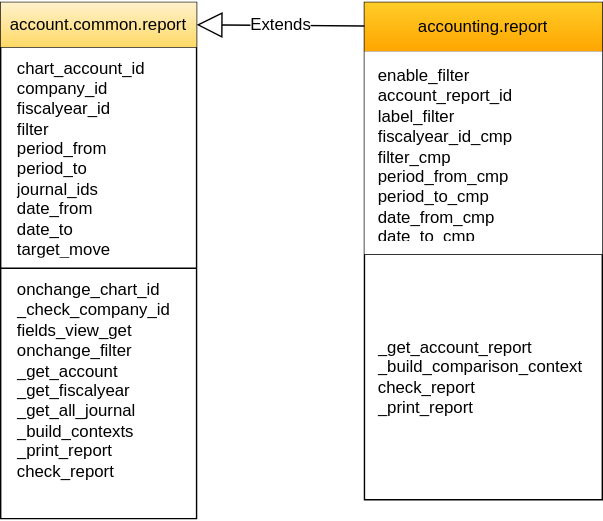
Before: Actions.drawio.svg, a diagram exported from draw.io (jp-sft/odoo-models-diagrams). Source tidied: cells renumbered, new cells last; positions are measured from the earlier drawing's top-left corner, leaving out a move shared by most shapes.
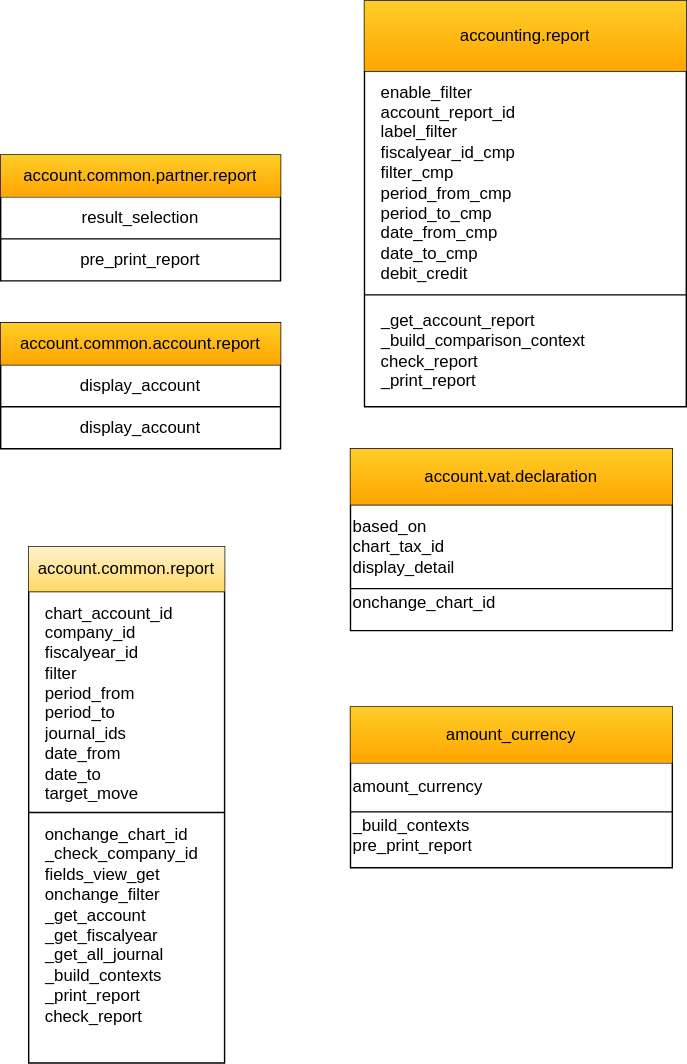
After the change.

The edit, as a diff of the source:
```diff
@@ -4,43 +4,16 @@
     <mxCell id="1" parent="0" />
     <mxCell id="2" style="edgeStyle=orthogonalEdgeStyle;rounded=0;orthogonalLoop=1;jettySize=auto;html=1;fontSize=12;fontColor=default;" parent="1" edge="1">
       <mxGeometry relative="1" as="geometry">
-        <mxPoint x="400" y="50" as="sourcePoint" />
-        <mxPoint y="141" as="targetPoint" />
+        <mxPoint x="410" y="-180" as="sourcePoint" />
+        <mxPoint x="10" y="-89" as="targetPoint" />
       </mxGeometry>
     </mxCell>
     <mxCell id="3" style="edgeStyle=orthogonalEdgeStyle;rounded=0;orthogonalLoop=1;jettySize=auto;html=1;fontSize=12;fontColor=default;" parent="1" edge="1">
       <mxGeometry relative="1" as="geometry">
-        <mxPoint x="400" y="50" as="sourcePoint" />
-        <mxPoint y="141" as="targetPoint" />
+        <mxPoint x="410" y="-180" as="sourcePoint" />
+        <mxPoint x="10" y="-89" as="targetPoint" />
       </mxGeometry>
     </mxCell>
-    <mxCell id="4" style="shape=table;startSize=0;fontSize=16;horizontal=1;verticalAlign=top;" parent="1" vertex="1">
-      <mxGeometry x="310" width="170" height="355.5" as="geometry" />
-    </mxCell>
-    <mxCell id="5" style="shape=tableRow;horizontal=0;startSize=0;swimlaneHead=0;swimlaneBody=0;top=0;left=0;bottom=0;right=0;fillColor=none;points=[[0,0.5],[1,0.5]];portConstraint=eastwest;" parent="4" vertex="1">
-      <mxGeometry width="170" height="35" as="geometry" />
-    </mxCell>
-    <mxCell id="6" value="accounting.report" style="shape=partialRectangle;html=1;whiteSpace=wrap;overflow=hidden;fillColor=#ffcd28;top=0;left=0;bottom=0;right=0;gradientColor=#ffa500;strokeColor=#d79b00;" parent="5" vertex="1">
-      <mxGeometry width="170" height="35" as="geometry" />
-    </mxCell>
-    <mxCell id="7" style="shape=tableRow;horizontal=0;startSize=0;swimlaneHead=0;swimlaneBody=0;top=0;left=0;bottom=0;right=0;fillColor=none;" parent="4" vertex="1">
-      <mxGeometry y="35" width="170" height="145" as="geometry" />
-    </mxCell>
-    <mxCell id="8" value="enable_filter&#10;account_report_id&#10;label_filter&#10;fiscalyear_id_cmp&#10;filter_cmp&#10;period_from_cmp&#10;period_to_cmp&#10;date_from_cmp&#10;date_to_cmp&#10;debit_credit" style="shape=partialRectangle;overflow=hidden;top=0;left=0;bottom=0;right=0;align=left;spacingTop=0;spacingLeft=0;spacing=10;verticalAlign=middle;labelBackgroundColor=none;whiteSpace=wrap;" parent="7" vertex="1">
-      <mxGeometry width="170" height="145" as="geometry" />
-    </mxCell>
-    <mxCell id="9" style="shape=singleArrow;whiteSpace=wrap;html=1;arrowWidth=0.4;arrowSize=0.4;fillColor=#ffcd28;strokeColor=#d79b00;rounded=0;labelBackgroundColor=none;gradientColor=#ffa500;" parent="7" vertex="1">
-      <mxGeometry x="170" height="145" as="geometry" />
-    </mxCell>
-    <mxCell id="10" style="shape=singleArrow;whiteSpace=wrap;html=1;arrowWidth=0.4;arrowSize=0.4;fillColor=#ffcd28;strokeColor=#d79b00;rounded=0;labelBackgroundColor=none;gradientColor=#ffa500;" parent="7" vertex="1">
-      <mxGeometry height="145" as="geometry" />
-    </mxCell>
-    <mxCell id="11" style="shape=tableRow;horizontal=0;startSize=0;swimlaneHead=0;swimlaneBody=0;top=0;left=0;bottom=0;right=0;fillColor=none;align=left;" parent="4" vertex="1">
-      <mxGeometry y="180" width="170" height="176" as="geometry" />
-    </mxCell>
-    <mxCell id="12" value="_get_account_report&#10;_build_comparison_context&#10;check_report&#10;_print_report" style="shape=partialRectangle;whiteSpace=wrap;overflow=hidden;fillColor=none;top=0;left=0;bottom=0;right=0;align=left;spacing=10;" parent="11" vertex="1">
-      <mxGeometry width="170" height="176" as="geometry" />
-    </mxCell>
     <mxCell id="13" style="shape=table;startSize=0;labelBackgroundColor=none;fontSize=12;fontColor=default;fillColor=none;html=0;" parent="1" vertex="1">
       <mxGeometry x="50" width="140" height="369" as="geometry" />
     </mxCell>
@@ -62,8 +35,110 @@
     <mxCell id="19" value="onchange_chart_id&lt;br style=&quot;padding: 0px; margin: 0px;&quot;&gt;_check_company_id&lt;br style=&quot;padding: 0px; margin: 0px;&quot;&gt;fields_view_get&lt;br style=&quot;padding: 0px; margin: 0px;&quot;&gt;onchange_filter&lt;br style=&quot;padding: 0px; margin: 0px;&quot;&gt;_get_account&lt;br style=&quot;padding: 0px; margin: 0px;&quot;&gt;_get_fiscalyear&lt;br style=&quot;padding: 0px; margin: 0px;&quot;&gt;_get_all_journal&lt;br style=&quot;padding: 0px; margin: 0px;&quot;&gt;_build_contexts&lt;br style=&quot;padding: 0px; margin: 0px;&quot;&gt;_print_report&lt;br style=&quot;padding: 0px; margin: 0px;&quot;&gt;check_report&lt;div style=&quot;padding: 0px; margin: 0px;&quot;&gt;&lt;br style=&quot;padding: 0px; margin: 0px;&quot;&gt;&lt;/div&gt;&lt;div style=&quot;padding: 0px; margin: 0px;&quot;&gt;&lt;br style=&quot;padding: 0px; margin: 0px;&quot;&gt;&lt;/div&gt;&lt;div style=&quot;padding: 0px; margin: 0px;&quot;&gt;&lt;br style=&quot;padding: 0px; margin: 0px;&quot;&gt;&lt;/div&gt;" style="shape=partialRectangle;html=1;whiteSpace=wrap;overflow=hidden;fillColor=none;top=0;left=0;bottom=0;right=0;labelBackgroundColor=none;fontSize=12;fontColor=default;align=left;spacing=8;spacingLeft=4;" parent="18" vertex="1">
       <mxGeometry width="140" height="179" as="geometry" />
     </mxCell>
-    <mxCell id="20" value="Extends" style="endArrow=block;endSize=16;endFill=0;html=1;rounded=0;fontSize=12;fontColor=default;entryX=1;entryY=0.5;entryDx=0;entryDy=0;" parent="1" edge="1" source="5" target="14">
-      <mxGeometry relative="1" as="geometry" />
-    </mxCell>
+    <mxCell id="21" style="shape=table;startSize=0;labelBackgroundColor=none;fontSize=12;fontColor=default;fillColor=none;html=0;" parent="1" vertex="1">
+      <mxGeometry x="30" y="-160" width="200" height="90" as="geometry" />
+    </mxCell>
+    <mxCell id="22" style="shape=tableRow;horizontal=0;startSize=0;swimlaneHead=0;swimlaneBody=0;top=0;left=0;bottom=0;right=0;fillColor=none;labelBackgroundColor=none;fontSize=12;fontColor=default;html=0;" parent="21" vertex="1">
+      <mxGeometry width="200" height="30" as="geometry" />
+    </mxCell>
+    <mxCell id="23" value="account.common.account.report" style="shape=partialRectangle;html=1;whiteSpace=wrap;overflow=hidden;fillColor=#ffcd28;top=0;left=0;bottom=0;right=0;labelBackgroundColor=none;fontSize=12;gradientColor=#ffa500;strokeColor=#d79b00;" parent="22" vertex="1">
+      <mxGeometry width="200" height="30" as="geometry" />
+    </mxCell>
+    <mxCell id="24" style="shape=tableRow;horizontal=0;startSize=0;swimlaneHead=0;swimlaneBody=0;top=0;left=0;bottom=0;right=0;fillColor=none;labelBackgroundColor=none;fontSize=12;fontColor=default;html=0;" parent="21" vertex="1">
+      <mxGeometry y="30" width="200" height="30" as="geometry" />
+    </mxCell>
+    <mxCell id="25" value="display_account" style="shape=partialRectangle;html=1;whiteSpace=wrap;overflow=hidden;fillColor=none;top=0;left=0;bottom=0;right=0;labelBackgroundColor=none;fontSize=12;fontColor=default;" parent="24" vertex="1">
+      <mxGeometry width="200" height="30" as="geometry" />
+    </mxCell>
+    <mxCell id="26" style="shape=tableRow;horizontal=0;startSize=0;swimlaneHead=0;swimlaneBody=0;top=0;left=0;bottom=0;right=0;fillColor=none;labelBackgroundColor=none;fontSize=12;fontColor=default;html=0;" parent="21" vertex="1">
+      <mxGeometry y="60" width="200" height="30" as="geometry" />
+    </mxCell>
+    <mxCell id="27" value="display_account" style="shape=partialRectangle;html=1;whiteSpace=wrap;overflow=hidden;fillColor=none;top=0;left=0;bottom=0;right=0;labelBackgroundColor=none;fontSize=12;fontColor=default;" parent="26" vertex="1">
+      <mxGeometry width="200" height="30" as="geometry" />
+    </mxCell>
+    <mxCell id="28" style="shape=table;startSize=0;labelBackgroundColor=none;fontSize=12;fontColor=default;fillColor=none;html=0;" parent="1" vertex="1">
+      <mxGeometry x="280" y="-70" width="230" height="130" as="geometry" />
+    </mxCell>
+    <mxCell id="29" style="shape=tableRow;horizontal=0;startSize=0;swimlaneHead=0;swimlaneBody=0;top=0;left=0;bottom=0;right=0;fillColor=none;labelBackgroundColor=none;fontSize=12;fontColor=default;html=0;" parent="28" vertex="1">
+      <mxGeometry width="230" height="40" as="geometry" />
+    </mxCell>
+    <mxCell id="30" value="account.vat.declaration" style="shape=partialRectangle;html=1;whiteSpace=wrap;overflow=hidden;fillColor=#ffcd28;top=0;left=0;bottom=0;right=0;labelBackgroundColor=none;fontSize=12;gradientColor=#ffa500;strokeColor=#d79b00;" parent="29" vertex="1">
+      <mxGeometry width="230" height="40" as="geometry" />
+    </mxCell>
+    <mxCell id="31" style="shape=tableRow;horizontal=0;startSize=0;swimlaneHead=0;swimlaneBody=0;top=0;left=0;bottom=0;right=0;fillColor=none;labelBackgroundColor=none;fontSize=12;fontColor=default;html=0;" parent="28" vertex="1">
+      <mxGeometry y="40" width="230" height="60" as="geometry" />
+    </mxCell>
+    <mxCell id="32" value="&lt;div&gt;based_on&lt;/div&gt;&lt;div&gt;chart_tax_id&lt;/div&gt;&lt;div&gt;display_detail&lt;/div&gt;" style="shape=partialRectangle;html=1;whiteSpace=wrap;overflow=hidden;fillColor=none;top=0;left=0;bottom=0;right=0;labelBackgroundColor=none;fontSize=12;fontColor=default;align=left;" parent="31" vertex="1">
+      <mxGeometry width="230" height="60" as="geometry" />
+    </mxCell>
+    <mxCell id="33" style="shape=tableRow;horizontal=0;startSize=0;swimlaneHead=0;swimlaneBody=0;top=0;left=0;bottom=0;right=0;fillColor=none;labelBackgroundColor=none;fontSize=12;fontColor=default;html=0;" parent="28" vertex="1">
+      <mxGeometry y="100" width="230" height="30" as="geometry" />
+    </mxCell>
+    <mxCell id="34" value="onchange_chart_id&#10;" style="shape=partialRectangle;whiteSpace=wrap;overflow=hidden;fillColor=none;top=0;left=0;bottom=0;right=0;labelBackgroundColor=none;fontSize=12;fontColor=default;align=left;" parent="33" vertex="1">
+      <mxGeometry width="230" height="30" as="geometry" />
+    </mxCell>
+    <mxCell id="35" style="shape=table;startSize=0;labelBackgroundColor=none;fontSize=12;fontColor=default;fillColor=none;html=0;spacingLeft=10;" parent="1" vertex="1">
+      <mxGeometry x="290" y="-390" width="230" height="290" as="geometry" />
+    </mxCell>
+    <mxCell id="36" style="shape=tableRow;horizontal=0;startSize=0;swimlaneHead=0;swimlaneBody=0;top=0;left=0;bottom=0;right=0;fillColor=none;labelBackgroundColor=none;fontSize=12;fontColor=default;html=0;" parent="35" vertex="1">
+      <mxGeometry width="230" height="50" as="geometry" />
+    </mxCell>
+    <mxCell id="6" value="accounting.report" style="shape=partialRectangle;html=1;whiteSpace=wrap;overflow=hidden;fillColor=#ffcd28;top=0;left=0;bottom=0;right=0;labelBackgroundColor=none;fontSize=12;gradientColor=#ffa500;strokeColor=#d79b00;" parent="36" vertex="1">
+      <mxGeometry width="230" height="50" as="geometry" />
+    </mxCell>
+    <mxCell id="37" style="shape=tableRow;horizontal=0;startSize=0;swimlaneHead=0;swimlaneBody=0;top=0;left=0;bottom=0;right=0;fillColor=none;labelBackgroundColor=none;fontSize=12;fontColor=default;html=0;" parent="35" vertex="1">
+      <mxGeometry y="50" width="230" height="160" as="geometry" />
+    </mxCell>
+    <mxCell id="8" value="enable_filter&#10;account_report_id&#10;label_filter&#10;fiscalyear_id_cmp&#10;filter_cmp&#10;period_from_cmp&#10;period_to_cmp&#10;date_from_cmp&#10;date_to_cmp&#10;debit_credit" style="shape=partialRectangle;whiteSpace=wrap;overflow=hidden;fillColor=none;top=0;left=0;bottom=0;right=0;labelBackgroundColor=none;fontSize=12;fontColor=default;align=left;spacingLeft=10;" parent="37" vertex="1">
+      <mxGeometry width="230" height="160" as="geometry" />
+    </mxCell>
+    <mxCell id="38" style="shape=tableRow;horizontal=0;startSize=0;swimlaneHead=0;swimlaneBody=0;top=0;left=0;bottom=0;right=0;fillColor=none;labelBackgroundColor=none;fontSize=12;fontColor=default;html=0;" parent="35" vertex="1">
+      <mxGeometry y="210" width="230" height="80" as="geometry" />
+    </mxCell>
+    <mxCell id="12" value="_get_account_report&#10;_build_comparison_context&#10;check_report&#10;_print_report" style="shape=partialRectangle;whiteSpace=wrap;overflow=hidden;fillColor=none;top=0;left=0;bottom=0;right=0;labelBackgroundColor=none;fontSize=12;fontColor=default;align=left;spacingLeft=10;" parent="38" vertex="1">
+      <mxGeometry width="230" height="80" as="geometry" />
+    </mxCell>
+    <mxCell id="39" style="shape=table;startSize=0;labelBackgroundColor=none;fontSize=12;fontColor=default;fillColor=none;html=0;" parent="1" vertex="1">
+      <mxGeometry x="30" y="-280" width="200" height="90" as="geometry" />
+    </mxCell>
+    <mxCell id="40" style="shape=tableRow;horizontal=0;startSize=0;swimlaneHead=0;swimlaneBody=0;top=0;left=0;bottom=0;right=0;fillColor=none;labelBackgroundColor=none;fontSize=12;fontColor=default;html=0;" parent="39" vertex="1">
+      <mxGeometry width="200" height="30" as="geometry" />
+    </mxCell>
+    <mxCell id="41" value="account.common.partner.report" style="shape=partialRectangle;html=1;whiteSpace=wrap;overflow=hidden;fillColor=#ffcd28;top=0;left=0;bottom=0;right=0;labelBackgroundColor=none;fontSize=12;gradientColor=#ffa500;strokeColor=#d79b00;" parent="40" vertex="1">
+      <mxGeometry width="200" height="30" as="geometry" />
+    </mxCell>
+    <mxCell id="42" style="shape=tableRow;horizontal=0;startSize=0;swimlaneHead=0;swimlaneBody=0;top=0;left=0;bottom=0;right=0;fillColor=none;labelBackgroundColor=none;fontSize=12;fontColor=default;html=0;" parent="39" vertex="1">
+      <mxGeometry y="30" width="200" height="30" as="geometry" />
+    </mxCell>
+    <mxCell id="43" value="result_selection" style="shape=partialRectangle;html=1;whiteSpace=wrap;overflow=hidden;fillColor=none;top=0;left=0;bottom=0;right=0;labelBackgroundColor=none;fontSize=12;fontColor=default;" parent="42" vertex="1">
+      <mxGeometry width="200" height="30" as="geometry" />
+    </mxCell>
+    <mxCell id="44" style="shape=tableRow;horizontal=0;startSize=0;swimlaneHead=0;swimlaneBody=0;top=0;left=0;bottom=0;right=0;fillColor=none;labelBackgroundColor=none;fontSize=12;fontColor=default;html=0;" parent="39" vertex="1">
+      <mxGeometry y="60" width="200" height="30" as="geometry" />
+    </mxCell>
+    <mxCell id="45" value="pre_print_report" style="shape=partialRectangle;html=1;whiteSpace=wrap;overflow=hidden;fillColor=none;top=0;left=0;bottom=0;right=0;labelBackgroundColor=none;fontSize=12;fontColor=default;" parent="44" vertex="1">
+      <mxGeometry width="200" height="30" as="geometry" />
+    </mxCell>
+    <mxCell id="46" style="shape=table;startSize=0;labelBackgroundColor=none;fontSize=12;fontColor=default;fillColor=none;html=0;" parent="1" vertex="1">
+      <mxGeometry x="280" y="114.5" width="230" height="115" as="geometry" />
+    </mxCell>
+    <mxCell id="47" style="shape=tableRow;horizontal=0;startSize=0;swimlaneHead=0;swimlaneBody=0;top=0;left=0;bottom=0;right=0;fillColor=none;labelBackgroundColor=none;fontSize=12;fontColor=default;html=0;" parent="46" vertex="1">
+      <mxGeometry width="230" height="40" as="geometry" />
+    </mxCell>
+    <mxCell id="48" value="amount_currency" style="shape=partialRectangle;html=1;whiteSpace=wrap;overflow=hidden;fillColor=#ffcd28;top=0;left=0;bottom=0;right=0;labelBackgroundColor=none;fontSize=12;gradientColor=#ffa500;strokeColor=#d79b00;" parent="47" vertex="1">
+      <mxGeometry width="230" height="40" as="geometry" />
+    </mxCell>
+    <mxCell id="49" style="shape=tableRow;horizontal=0;startSize=0;swimlaneHead=0;swimlaneBody=0;top=0;left=0;bottom=0;right=0;fillColor=none;labelBackgroundColor=none;fontSize=12;fontColor=default;html=0;" parent="46" vertex="1">
+      <mxGeometry y="40" width="230" height="35" as="geometry" />
+    </mxCell>
+    <mxCell id="50" value="amount_currency" style="shape=partialRectangle;html=1;whiteSpace=wrap;overflow=hidden;fillColor=none;top=0;left=0;bottom=0;right=0;labelBackgroundColor=none;fontSize=12;fontColor=default;align=left;" parent="49" vertex="1">
+      <mxGeometry width="230" height="35" as="geometry" />
+    </mxCell>
+    <mxCell id="51" style="shape=tableRow;horizontal=0;startSize=0;swimlaneHead=0;swimlaneBody=0;top=0;left=0;bottom=0;right=0;fillColor=none;labelBackgroundColor=none;fontSize=12;fontColor=default;html=0;" parent="46" vertex="1">
+      <mxGeometry y="75" width="230" height="40" as="geometry" />
+    </mxCell>
+    <mxCell id="52" value="_build_contexts&#10;pre_print_report&#10;" style="shape=partialRectangle;whiteSpace=wrap;overflow=hidden;fillColor=none;top=0;left=0;bottom=0;right=0;labelBackgroundColor=none;fontSize=12;fontColor=default;align=left;" parent="51" vertex="1">
+      <mxGeometry width="230" height="40" as="geometry" />
+    </mxCell>
   </root>
 </mxGraphModel>
```
